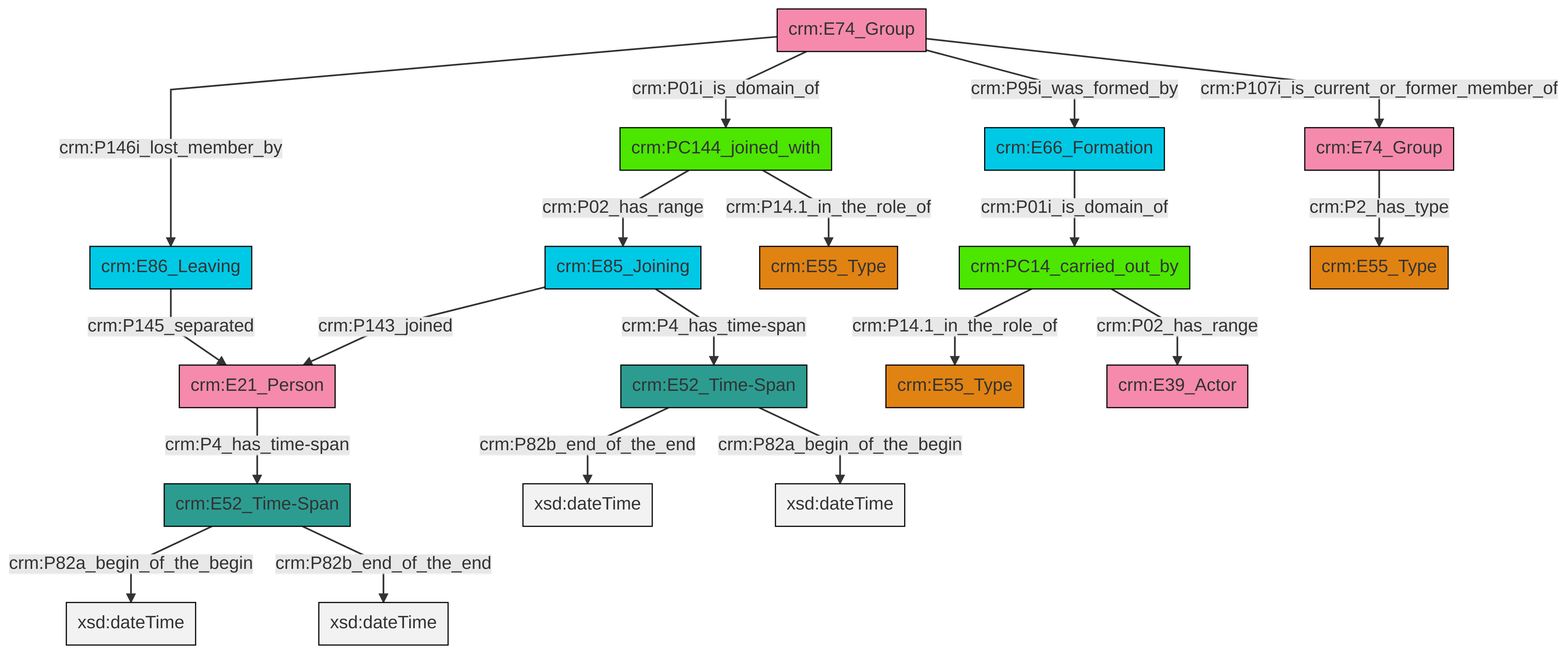
Before: et/groupCSV/ttl/mmd/png/group_actor_relations.png, a diagram exported from Mermaid (swiss-art-research-net/docs.swissartresearch). Its source is kept beside it as et/groupCSV/ttl/mmd/group_actor_relations.ttl.mmd.
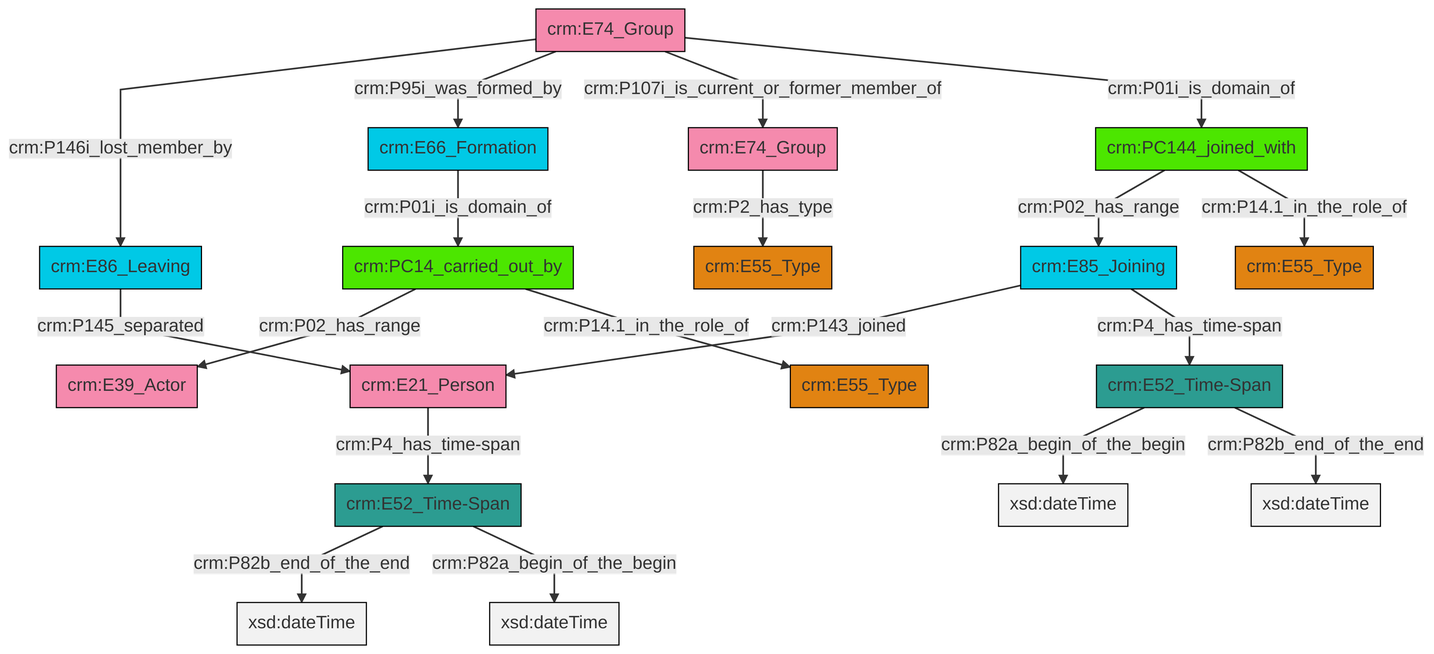
After the commit.

What changed in the source:
```diff
@@ -13,21 +13,21 @@
 classDef PC_Classes fill:#4ce600, stroke:#000000;
 classDef Multi fill:#cccccc,stroke:#000000;
 
-6["crm:E66_Formation"]:::Temporal_Entity -->|crm:P01i_is_domain_of| 2["crm:PC14_carried_out_by"]:::PC_Classes
-9["crm:E52_Time-Span"]:::Time-Span -->|crm:P82a_begin_of_the_begin| 10[xsd:dateTime]:::Literal
-11["crm:E86_Leaving"]:::Temporal_Entity -->|crm:P145_separated| 7["crm:E21_Person"]:::Actor
-9["crm:E52_Time-Span"]:::Time-Span -->|crm:P82b_end_of_the_end| 14[xsd:dateTime]:::Literal
-2["crm:PC14_carried_out_by"]:::PC_Classes -->|crm:P02_has_range| 17["crm:E39_Actor"]:::Actor
-12["crm:E52_Time-Span"]:::Time-Span -->|crm:P82b_end_of_the_end| 18[xsd:dateTime]:::Literal
-19["crm:E74_Group"]:::Actor -->|crm:P2_has_type| 20["crm:E55_Type"]:::Type
-7["crm:E21_Person"]:::Actor -->|crm:P4_has_time-span| 9["crm:E52_Time-Span"]:::Time-Span
-23["crm:PC144_joined_with"]:::PC_Classes -->|crm:P02_has_range| 0["crm:E85_Joining"]:::Temporal_Entity
-24["crm:E74_Group"]:::Actor -->|crm:P146i_lost_member_by| 11["crm:E86_Leaving"]:::Temporal_Entity
-24["crm:E74_Group"]:::Actor -->|crm:P107i_is_current_or_former_member_of| 19["crm:E74_Group"]:::Actor
-24["crm:E74_Group"]:::Actor -->|crm:P95i_was_formed_by| 6["crm:E66_Formation"]:::Temporal_Entity
-0["crm:E85_Joining"]:::Temporal_Entity -->|crm:P4_has_time-span| 12["crm:E52_Time-Span"]:::Time-Span
-0["crm:E85_Joining"]:::Temporal_Entity -->|crm:P143_joined| 7["crm:E21_Person"]:::Actor
-23["crm:PC144_joined_with"]:::PC_Classes -->|crm:P14.1_in_the_role_of| 4["crm:E55_Type"]:::Type
-2["crm:PC14_carried_out_by"]:::PC_Classes -->|crm:P14.1_in_the_role_of| 15["crm:E55_Type"]:::Type
-12["crm:E52_Time-Span"]:::Time-Span -->|crm:P82a_begin_of_the_begin| 32[xsd:dateTime]:::Literal
-24["crm:E74_Group"]:::Actor -->|crm:P01i_is_domain_of| 23["crm:PC144_joined_with"]:::PC_Classes
+2["crm:E74_Group"]:::Actor -->|crm:P146i_lost_member_by| 3["crm:E86_Leaving"]:::Temporal_Entity
+0["crm:E52_Time-Span"]:::Time-Span -->|crm:P82a_begin_of_the_begin| 4[xsd:dateTime]:::Literal
+5["crm:PC144_joined_with"]:::PC_Classes -->|crm:P02_has_range| 6["crm:E85_Joining"]:::Temporal_Entity
+7["crm:PC14_carried_out_by"]:::PC_Classes -->|crm:P02_has_range| 8["crm:E39_Actor"]:::Actor
+3["crm:E86_Leaving"]:::Temporal_Entity -->|crm:P145_separated| 9["crm:E21_Person"]:::Actor
+0["crm:E52_Time-Span"]:::Time-Span -->|crm:P82b_end_of_the_end| 15[xsd:dateTime]:::Literal
+7["crm:PC14_carried_out_by"]:::PC_Classes -->|crm:P14.1_in_the_role_of| 10["crm:E55_Type"]:::Type
+6["crm:E85_Joining"]:::Temporal_Entity -->|crm:P143_joined| 9["crm:E21_Person"]:::Actor
+6["crm:E85_Joining"]:::Temporal_Entity -->|crm:P4_has_time-span| 0["crm:E52_Time-Span"]:::Time-Span
+9["crm:E21_Person"]:::Actor -->|crm:P4_has_time-span| 16["crm:E52_Time-Span"]:::Time-Span
+5["crm:PC144_joined_with"]:::PC_Classes -->|crm:P14.1_in_the_role_of| 13["crm:E55_Type"]:::Type
+2["crm:E74_Group"]:::Actor -->|crm:P95i_was_formed_by| 18["crm:E66_Formation"]:::Temporal_Entity
+18["crm:E66_Formation"]:::Temporal_Entity -->|crm:P01i_is_domain_of| 7["crm:PC14_carried_out_by"]:::PC_Classes
+16["crm:E52_Time-Span"]:::Time-Span -->|crm:P82b_end_of_the_end| 29[xsd:dateTime]:::Literal
+2["crm:E74_Group"]:::Actor -->|crm:P107i_is_current_or_former_member_of| 32["crm:E74_Group"]:::Actor
+16["crm:E52_Time-Span"]:::Time-Span -->|crm:P82a_begin_of_the_begin| 33[xsd:dateTime]:::Literal
+2["crm:E74_Group"]:::Actor -->|crm:P01i_is_domain_of| 5["crm:PC144_joined_with"]:::PC_Classes
+32["crm:E74_Group"]:::Actor -->|crm:P2_has_type| 21["crm:E55_Type"]:::Type
```
